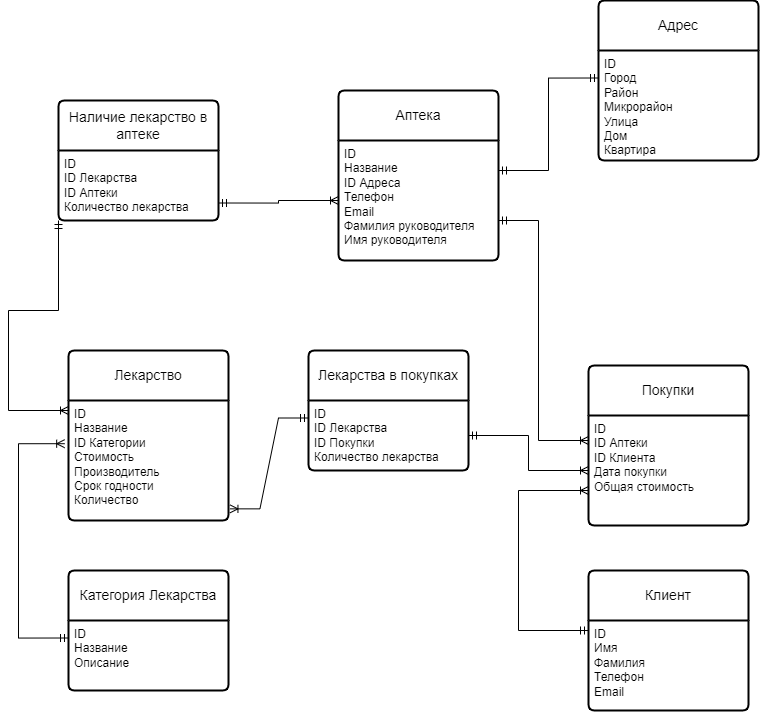
Darber32/Calculator keeps this draw.io diagram as Data_Base.drawio.png. Above is the earlier version. Source tidied: cells renumbered, new cells last; positions are measured from the earlier drawing's top-left corner, leaving out a move shared by most shapes.
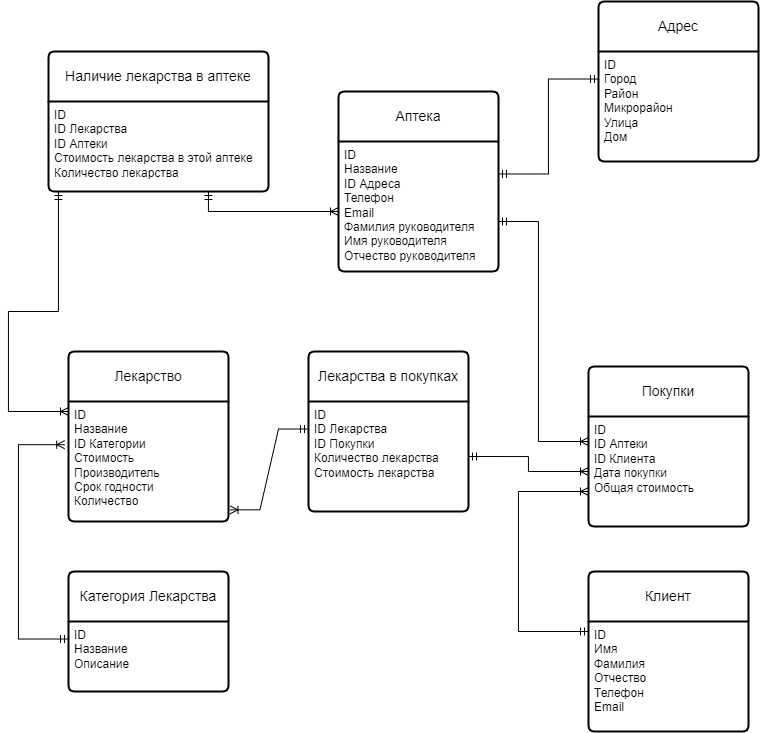
After the commit.

Diff of the diagram source:
```diff
@@ -3,10 +3,10 @@
     <mxCell id="0" />
     <mxCell id="1" parent="0" />
     <mxCell id="2" value="Аптека" style="swimlane;horizontal=1;startSize=50;rounded=1;fontSize=14;fontStyle=0;strokeWidth=2;shadow=0;dashed=0;align=center;arcSize=4;whiteSpace=wrap;html=1;" parent="1" vertex="1">
-      <mxGeometry x="330" y="90" width="160" height="170" as="geometry" />
+      <mxGeometry x="330" y="90" width="160" height="180" as="geometry" />
     </mxCell>
-    <mxCell id="3" value="ID&lt;div&gt;Название&lt;/div&gt;&lt;div&gt;ID Адреса&lt;/div&gt;&lt;div&gt;Телефон&lt;/div&gt;&lt;div&gt;Email&lt;/div&gt;&lt;div&gt;Фамилия руководителя&lt;/div&gt;&lt;div&gt;Имя руководителя&lt;/div&gt;&lt;div&gt;&lt;br&gt;&lt;/div&gt;" style="align=left;strokeColor=none;fillColor=none;spacingLeft=4;fontSize=12;verticalAlign=top;html=1;" parent="2" vertex="1">
-      <mxGeometry y="50" width="160" height="120" as="geometry" />
+    <mxCell id="3" value="ID&lt;div&gt;Название&lt;/div&gt;&lt;div&gt;ID Адреса&lt;/div&gt;&lt;div&gt;Телефон&lt;/div&gt;&lt;div&gt;Email&lt;/div&gt;&lt;div&gt;Фамилия руководителя&lt;/div&gt;&lt;div&gt;Имя руководителя&lt;/div&gt;&lt;div&gt;Отчество руководителя&lt;/div&gt;" style="align=left;strokeColor=none;fillColor=none;spacingLeft=4;fontSize=12;verticalAlign=top;html=1;" parent="2" vertex="1">
+      <mxGeometry y="50" width="160" height="130" as="geometry" />
     </mxCell>
     <mxCell id="4" value="Лекарство" style="swimlane;horizontal=1;startSize=50;rounded=1;fontSize=14;fontStyle=0;strokeWidth=2;shadow=0;dashed=0;align=center;arcSize=4;whiteSpace=wrap;html=1;" parent="1" vertex="1">
       <mxGeometry x="60" y="350" width="160" height="170" as="geometry" />
@@ -27,10 +27,10 @@
       <mxGeometry y="50" width="160" height="70" as="geometry" />
     </mxCell>
     <mxCell id="10" value="Клиент" style="swimlane;horizontal=1;startSize=50;rounded=1;fontSize=14;fontStyle=0;strokeWidth=2;shadow=0;dashed=0;align=center;arcSize=4;whiteSpace=wrap;html=1;" parent="1" vertex="1">
-      <mxGeometry x="580" y="570" width="160" height="140" as="geometry" />
+      <mxGeometry x="580" y="570" width="160" height="160" as="geometry" />
     </mxCell>
-    <mxCell id="11" value="ID&lt;div&gt;Имя&lt;br&gt;&lt;div&gt;Фамилия&lt;div&gt;Телефон&lt;/div&gt;&lt;div&gt;Email&lt;/div&gt;&lt;div&gt;&lt;br&gt;&lt;/div&gt;&lt;/div&gt;&lt;/div&gt;" style="align=left;strokeColor=none;fillColor=none;spacingLeft=4;fontSize=12;verticalAlign=top;html=1;" parent="10" vertex="1">
-      <mxGeometry y="50" width="160" height="90" as="geometry" />
+    <mxCell id="11" value="ID&lt;div&gt;Имя&lt;br&gt;&lt;div&gt;Фамилия&lt;/div&gt;&lt;div&gt;Отчество&lt;br&gt;&lt;div&gt;Телефон&lt;/div&gt;&lt;div&gt;Email&lt;/div&gt;&lt;div&gt;&lt;br&gt;&lt;/div&gt;&lt;/div&gt;&lt;/div&gt;" style="align=left;strokeColor=none;fillColor=none;spacingLeft=4;fontSize=12;verticalAlign=top;html=1;" parent="10" vertex="1">
+      <mxGeometry y="50" width="160" height="110" as="geometry" />
     </mxCell>
     <mxCell id="12" style="edgeStyle=orthogonalEdgeStyle;fontSize=12;html=1;endArrow=ERmandOne;startArrow=ERoneToMany;rounded=0;entryX=0;entryY=0.25;entryDx=0;entryDy=0;exitX=-0.024;exitY=0.36;exitDx=0;exitDy=0;exitPerimeter=0;endFill=0;startFill=0;" parent="1" edge="1" source="5" target="9">
       <mxGeometry relative="1" as="geometry">
@@ -40,7 +40,7 @@
         </Array>
       </mxGeometry>
     </mxCell>
-    <mxCell id="13" style="edgeStyle=orthogonalEdgeStyle;fontSize=12;html=1;endArrow=ERmandOne;startArrow=ERoneToMany;rounded=0;startFill=0;endFill=0;entryX=0;entryY=1;entryDx=0;entryDy=0;" parent="1" edge="1" target="18">
+    <mxCell id="13" style="edgeStyle=orthogonalEdgeStyle;fontSize=12;html=1;endArrow=ERmandOne;startArrow=ERoneToMany;rounded=0;startFill=0;endFill=0;" parent="1" edge="1" target="18">
       <mxGeometry relative="1" as="geometry">
         <mxPoint x="60" y="410" as="sourcePoint" />
         <Array as="points">
@@ -69,29 +69,33 @@
     <mxCell id="16" style="edgeStyle=orthogonalEdgeStyle;fontSize=12;html=1;endArrow=ERoneToMany;startArrow=ERmandOne;rounded=0;exitX=1;exitY=0.5;exitDx=0;exitDy=0;entryX=0;entryY=0.5;entryDx=0;entryDy=0;startFill=0;" parent="1" edge="1" source="24" target="7">
       <mxGeometry relative="1" as="geometry" />
     </mxCell>
-    <mxCell id="17" value="Наличие лекарство в аптеке" style="swimlane;horizontal=1;startSize=50;rounded=1;fontSize=14;fontStyle=0;strokeWidth=2;shadow=0;dashed=0;align=center;arcSize=4;whiteSpace=wrap;html=1;" parent="1" vertex="1">
-      <mxGeometry x="50" y="100" width="160" height="120" as="geometry" />
+    <mxCell id="17" value="Наличие лекарства в аптеке" style="swimlane;horizontal=1;startSize=50;rounded=1;fontSize=14;fontStyle=0;strokeWidth=2;shadow=0;dashed=0;align=center;arcSize=4;whiteSpace=wrap;html=1;" parent="1" vertex="1">
+      <mxGeometry x="40" y="50" width="220" height="140" as="geometry" />
     </mxCell>
-    <mxCell id="18" value="ID&lt;div&gt;ID Лекарства&amp;nbsp;&lt;/div&gt;&lt;div&gt;ID Аптеки&lt;/div&gt;&lt;div&gt;Количество лекарства&lt;/div&gt;" style="align=left;strokeColor=none;fillColor=none;spacingLeft=4;fontSize=12;verticalAlign=top;html=1;" parent="17" vertex="1">
-      <mxGeometry y="50" width="160" height="70" as="geometry" />
+    <mxCell id="18" value="ID&lt;div&gt;ID Лекарства&amp;nbsp;&lt;/div&gt;&lt;div&gt;ID Аптеки&lt;/div&gt;&lt;div&gt;Стоимость лекарства в этой аптеке&lt;br&gt;&lt;/div&gt;&lt;div&gt;Количество лекарства&lt;/div&gt;" style="align=left;strokeColor=none;fillColor=none;spacingLeft=4;fontSize=12;verticalAlign=top;html=1;" parent="17" vertex="1">
+      <mxGeometry y="50" width="220" height="90" as="geometry" />
     </mxCell>
-    <mxCell id="19" style="edgeStyle=orthogonalEdgeStyle;fontSize=12;html=1;endArrow=ERoneToMany;startArrow=ERmandOne;rounded=0;exitX=1;exitY=0.75;exitDx=0;exitDy=0;" parent="1" edge="1" source="18" target="3">
-      <mxGeometry relative="1" as="geometry" />
+    <mxCell id="19" style="edgeStyle=orthogonalEdgeStyle;fontSize=12;html=1;endArrow=ERoneToMany;startArrow=ERmandOne;rounded=0;" parent="1" edge="1" source="18" target="3">
+      <mxGeometry relative="1" as="geometry">
+        <Array as="points">
+          <mxPoint x="200" y="210" />
+        </Array>
+      </mxGeometry>
     </mxCell>
     <mxCell id="20" value="Адрес" style="swimlane;horizontal=1;startSize=50;rounded=1;fontSize=14;fontStyle=0;strokeWidth=2;shadow=0;dashed=0;align=center;arcSize=4;whiteSpace=wrap;html=1;" parent="1" vertex="1">
       <mxGeometry x="590" width="160" height="160" as="geometry" />
     </mxCell>
-    <mxCell id="21" value="&lt;div&gt;ID&lt;/div&gt;Город&lt;div&gt;Район&lt;/div&gt;&lt;div&gt;Микрорайон&lt;/div&gt;&lt;div&gt;Улица&lt;/div&gt;&lt;div&gt;Дом&lt;/div&gt;&lt;div&gt;Квартира&lt;/div&gt;" style="align=left;strokeColor=none;fillColor=none;spacingLeft=4;fontSize=12;verticalAlign=top;html=1;" parent="20" vertex="1">
+    <mxCell id="21" value="&lt;div&gt;ID&lt;/div&gt;Город&lt;div&gt;Район&lt;/div&gt;&lt;div&gt;Микрорайон&lt;/div&gt;&lt;div&gt;Улица&lt;/div&gt;&lt;div&gt;Дом&lt;/div&gt;" style="align=left;strokeColor=none;fillColor=none;spacingLeft=4;fontSize=12;verticalAlign=top;html=1;" parent="20" vertex="1">
       <mxGeometry y="50" width="160" height="110" as="geometry" />
     </mxCell>
     <mxCell id="22" style="edgeStyle=orthogonalEdgeStyle;fontSize=12;html=1;endArrow=ERmandOne;startArrow=ERmandOne;rounded=0;entryX=0;entryY=0.25;entryDx=0;entryDy=0;exitX=1;exitY=0.25;exitDx=0;exitDy=0;" parent="1" edge="1" source="3" target="21">
       <mxGeometry relative="1" as="geometry" />
     </mxCell>
     <mxCell id="23" value="Лекарства в покупках" style="swimlane;horizontal=1;startSize=50;rounded=1;fontSize=14;fontStyle=0;strokeWidth=2;shadow=0;dashed=0;align=center;arcSize=4;whiteSpace=wrap;html=1;" parent="1" vertex="1">
-      <mxGeometry x="300" y="350" width="160" height="120" as="geometry" />
+      <mxGeometry x="300" y="350" width="160" height="160" as="geometry" />
     </mxCell>
-    <mxCell id="24" value="ID&lt;div&gt;ID Лекарства&amp;nbsp;&lt;/div&gt;&lt;div&gt;ID Покупки&lt;/div&gt;&lt;div&gt;Количество лекарства&lt;/div&gt;" style="align=left;strokeColor=none;fillColor=none;spacingLeft=4;fontSize=12;verticalAlign=top;html=1;" parent="23" vertex="1">
-      <mxGeometry y="50" width="160" height="70" as="geometry" />
+    <mxCell id="24" value="ID&lt;div&gt;ID Лекарства&amp;nbsp;&lt;/div&gt;&lt;div&gt;ID Покупки&lt;/div&gt;&lt;div&gt;Количество лекарства&lt;/div&gt;&lt;div&gt;Стоимость лекарства&lt;/div&gt;" style="align=left;strokeColor=none;fillColor=none;spacingLeft=4;fontSize=12;verticalAlign=top;html=1;" parent="23" vertex="1">
+      <mxGeometry y="50" width="160" height="110" as="geometry" />
     </mxCell>
     <mxCell id="25" style="edgeStyle=entityRelationEdgeStyle;fontSize=12;html=1;endArrow=ERoneToMany;startArrow=ERmandOne;rounded=0;endFill=0;entryX=1.009;entryY=0.903;entryDx=0;entryDy=0;entryPerimeter=0;exitX=0;exitY=0.25;exitDx=0;exitDy=0;" parent="1" edge="1" source="24" target="5">
       <mxGeometry relative="1" as="geometry" />
```
